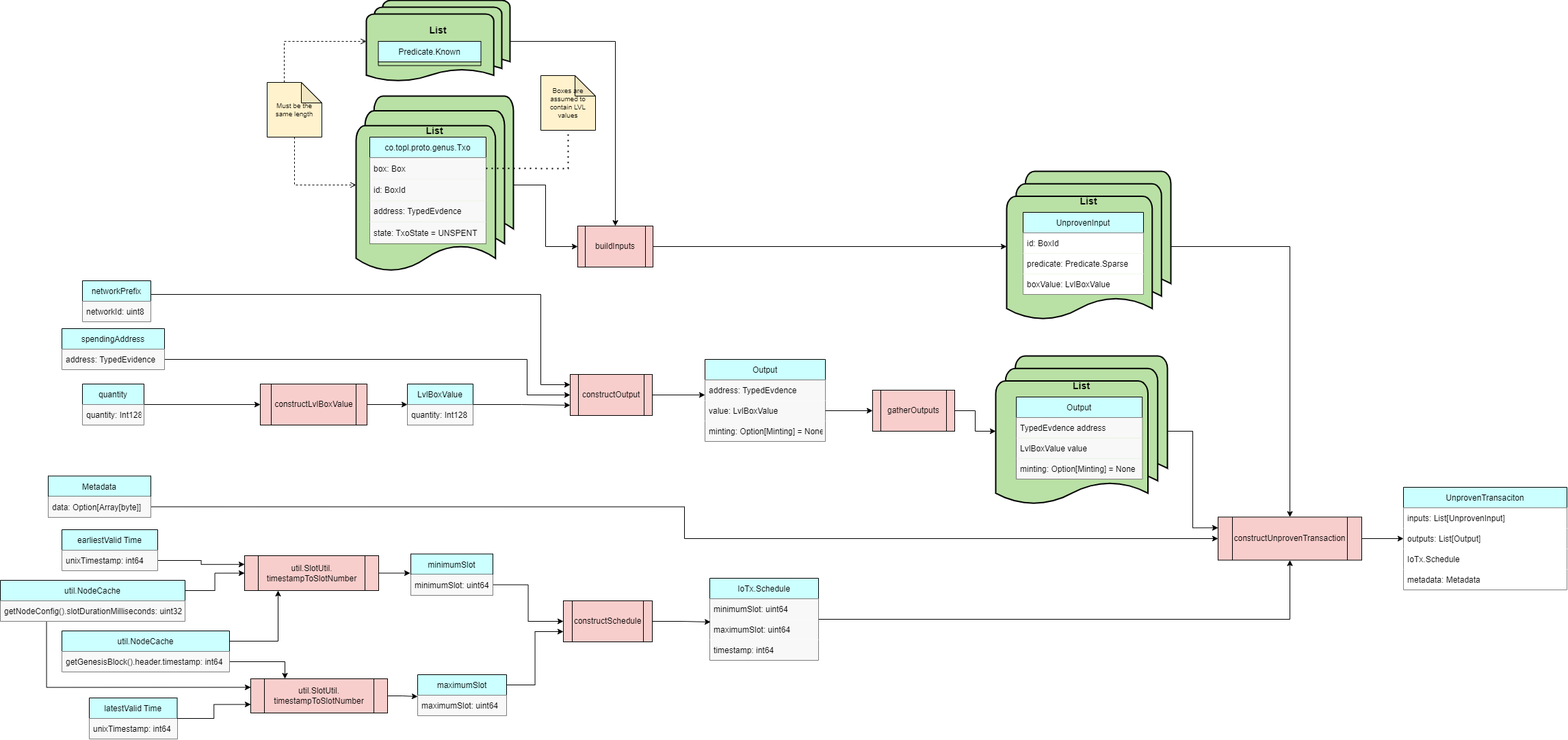
Above: docs/Modules/NativeTransactor/transaction_builder.drawio.png in Topl/BramblSc-docs (draw.io), before the change. Source tidied: cells renumbered, new cells last; positions are measured from the earlier drawing's top-left corner, leaving out a move shared by most shapes.
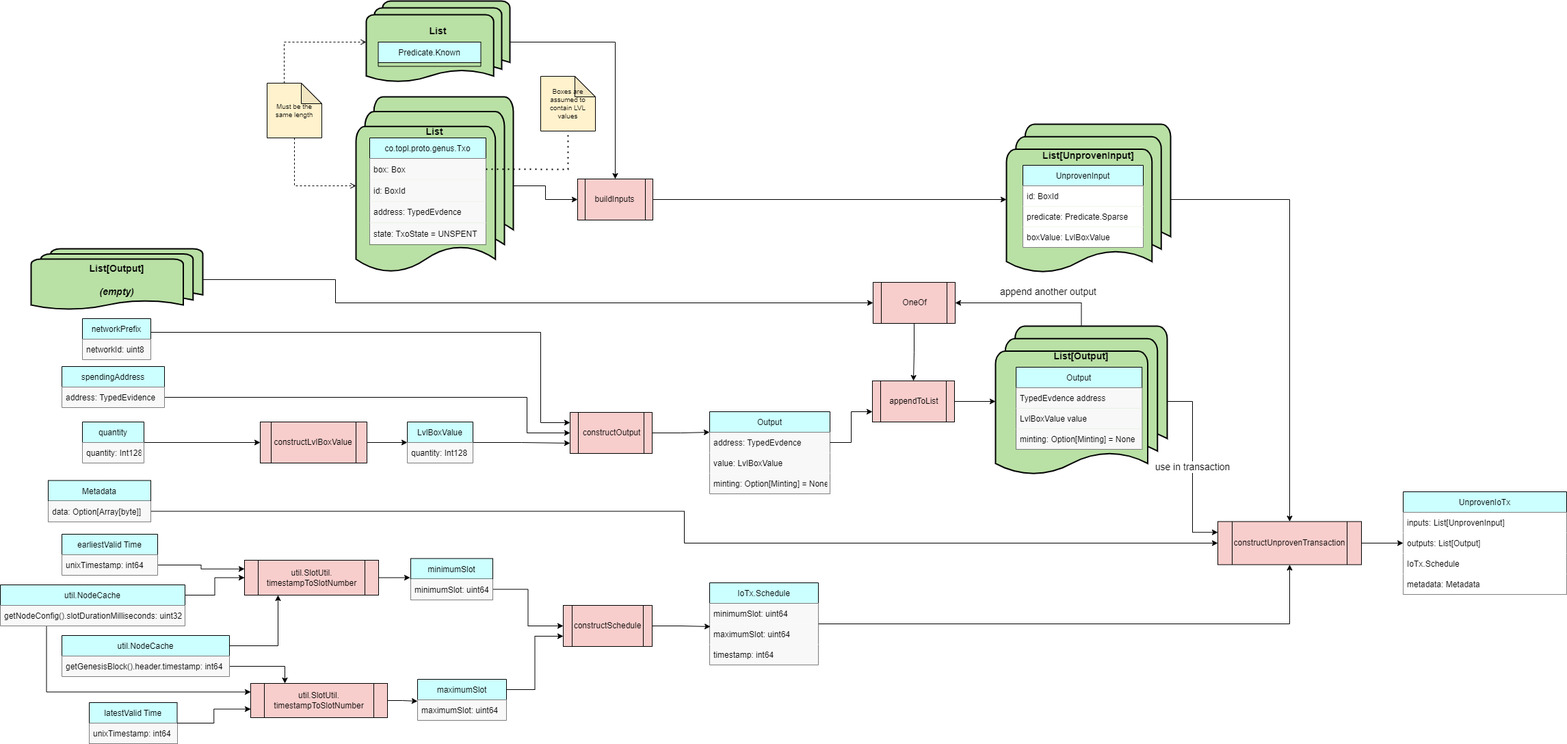
Above is the later version.

Commit message:
accumulate outputs

Diff of the diagram source:
```diff
@@ -47,7 +47,7 @@
       <mxGeometry y="30" width="130" height="30" as="geometry" />
     </mxCell>
     <mxCell id="16" style="group;" parent="1" vertex="1">
-      <mxGeometry x="520" y="170" width="230" height="230" as="geometry" />
+      <mxGeometry x="520" y="165" width="230" height="230" as="geometry" />
     </mxCell>
     <mxCell id="17" value="&lt;font style=&quot;&quot;&gt;&lt;font style=&quot;font-size: 10px;&quot;&gt;&amp;nbsp;&lt;/font&gt;&lt;font style=&quot;font-size: 18px;&quot;&gt;&amp;nbsp;&lt;br&gt;&lt;/font&gt;&lt;br&gt;&lt;/font&gt;&lt;font style=&quot;font-size: 14px;&quot;&gt;&lt;b&gt;List&lt;/b&gt;&lt;/font&gt;" style="strokeWidth=2;html=1;shape=mxgraph.flowchart.multi-document;whiteSpace=wrap;fillColor=#B9E0A5;verticalAlign=top;" parent="16" vertex="1">
       <mxGeometry y="-30" width="230" height="260" as="geometry" />
@@ -68,9 +68,9 @@
       <mxGeometry y="124.1" width="170" height="31.4" as="geometry" />
     </mxCell>
     <mxCell id="23" style="group;" parent="1" vertex="1">
-      <mxGeometry x="1460" y="520" width="251" height="220" as="geometry" />
+      <mxGeometry x="1460" y="470" width="251" height="220" as="geometry" />
     </mxCell>
-    <mxCell id="24" value="&lt;font style=&quot;&quot;&gt;&lt;font style=&quot;font-size: 10px;&quot;&gt;&lt;br&gt;&lt;/font&gt;&lt;br&gt;&lt;/font&gt;&lt;font style=&quot;font-size: 14px;&quot;&gt;&lt;b&gt;List&lt;/b&gt;&lt;/font&gt;" style="strokeWidth=2;html=1;shape=mxgraph.flowchart.multi-document;whiteSpace=wrap;fillColor=#B9E0A5;verticalAlign=top;" parent="23" vertex="1">
+    <mxCell id="24" value="&lt;font style=&quot;&quot;&gt;&lt;font style=&quot;font-size: 10px;&quot;&gt;&lt;br&gt;&lt;/font&gt;&lt;br&gt;&lt;/font&gt;&lt;font style=&quot;font-size: 14px;&quot;&gt;&lt;b&gt;List[Output]&lt;/b&gt;&lt;/font&gt;" style="strokeWidth=2;html=1;shape=mxgraph.flowchart.multi-document;whiteSpace=wrap;fillColor=#B9E0A5;verticalAlign=top;" parent="23" vertex="1">
       <mxGeometry x="-5" width="251" height="220" as="geometry" />
     </mxCell>
     <mxCell id="25" value="Output" style="swimlane;fontStyle=0;horizontal=1;startSize=30;fillColor=#CCFFFF;" parent="23" vertex="1">
@@ -85,14 +85,14 @@
     <mxCell id="28" value="minting: Option[Minting] = None" style="text;strokeColor=none;fillColor=#F8F8F8;align=left;verticalAlign=middle;spacingLeft=4;spacingRight=4;overflow=hidden;" parent="25" vertex="1">
       <mxGeometry y="90" width="184.1" height="30" as="geometry" />
     </mxCell>
-    <mxCell id="29" style="edgeStyle=orthogonalEdgeStyle;rounded=0;jettySize=auto;html=1;entryX=0;entryY=0.25;entryDx=0;entryDy=0;fontSize=10;" parent="1" edge="1" source="24" target="3">
+    <mxCell id="29" value="use in transaction" style="edgeStyle=orthogonalEdgeStyle;rounded=0;jettySize=auto;html=1;entryX=0;entryY=0.25;entryDx=0;entryDy=0;fontSize=14;" parent="1" edge="1" source="24" target="3">
       <mxGeometry relative="1" as="geometry" />
     </mxCell>
     <mxCell id="30" style="edgeStyle=orthogonalEdgeStyle;rounded=0;jettySize=auto;html=1;entryX=0;entryY=0.5;entryDx=0;entryDy=0;fontSize=10;" parent="1" edge="1" source="31" target="34">
       <mxGeometry relative="1" as="geometry" />
     </mxCell>
     <mxCell id="31" value="quantity" style="swimlane;fontStyle=0;horizontal=1;startSize=30;fillColor=#CCFFFF;" parent="1" vertex="1">
-      <mxGeometry x="120" y="561" width="90" height="60" as="geometry" />
+      <mxGeometry x="120" y="610" width="90" height="60" as="geometry" />
     </mxCell>
     <mxCell id="32" value="quantity: Int128" style="text;strokeColor=none;fillColor=#F8F8F8;align=left;verticalAlign=middle;spacingLeft=4;spacingRight=4;overflow=hidden;" parent="31" vertex="1">
       <mxGeometry y="30" width="90" height="30" as="geometry" />
@@ -101,33 +101,33 @@
       <mxGeometry relative="1" as="geometry" />
     </mxCell>
     <mxCell id="34" value="constructLvlBoxValue" style="shape=process;whiteSpace=wrap;html=1;backgroundOutline=1;fillColor=#F8CECC;" parent="1" vertex="1">
-      <mxGeometry x="380" y="561" width="156" height="60" as="geometry" />
+      <mxGeometry x="380" y="610" width="156" height="60" as="geometry" />
     </mxCell>
     <mxCell id="35" style="edgeStyle=orthogonalEdgeStyle;rounded=0;jettySize=auto;html=1;fontSize=10;entryX=0;entryY=0.75;entryDx=0;entryDy=0;" parent="1" edge="1" source="36" target="39">
       <mxGeometry relative="1" as="geometry" />
     </mxCell>
     <mxCell id="36" value="LvlBoxValue" style="swimlane;fontStyle=0;horizontal=1;startSize=30;fillColor=#CCFFFF;" parent="1" vertex="1">
-      <mxGeometry x="595" y="561" width="96" height="60" as="geometry" />
+      <mxGeometry x="595" y="610" width="96" height="60" as="geometry" />
     </mxCell>
     <mxCell id="37" value="quantity: Int128" style="text;strokeColor=none;fillColor=#F8F8F8;align=left;verticalAlign=middle;spacingLeft=4;spacingRight=4;overflow=hidden;" parent="36" vertex="1">
       <mxGeometry y="30" width="96" height="30" as="geometry" />
     </mxCell>
-    <mxCell id="38" style="edgeStyle=orthogonalEdgeStyle;rounded=0;jettySize=auto;html=1;entryX=0;entryY=0.733;entryDx=0;entryDy=0;entryPerimeter=0;fontSize=10;exitX=1;exitY=0.5;exitDx=0;exitDy=0;" parent="1" edge="1" source="39" target="47">
+    <mxCell id="38" style="edgeStyle=orthogonalEdgeStyle;rounded=0;jettySize=auto;html=1;entryX=0;entryY=0.25;entryDx=0;entryDy=0;fontSize=10;exitX=1;exitY=0.5;exitDx=0;exitDy=0;" parent="1" edge="1" source="39" target="46">
       <mxGeometry relative="1" as="geometry" />
     </mxCell>
     <mxCell id="39" value="constructOutput" style="shape=process;whiteSpace=wrap;html=1;backgroundOutline=1;fillColor=#F8CECC;" parent="1" vertex="1">
-      <mxGeometry x="833" y="547" width="120" height="60" as="geometry" />
+      <mxGeometry x="833" y="596" width="120" height="60" as="geometry" />
     </mxCell>
     <mxCell id="40" style="edgeStyle=orthogonalEdgeStyle;rounded=0;jettySize=auto;html=1;entryX=0;entryY=0.5;entryDx=0;entryDy=0;fontSize=10;exitX=1;exitY=0.5;exitDx=0;exitDy=0;" parent="1" edge="1" source="42" target="39">
       <mxGeometry relative="1" as="geometry">
         <Array as="points">
-          <mxPoint x="770" y="525" />
-          <mxPoint x="770" y="577" />
+          <mxPoint x="770" y="574" />
+          <mxPoint x="770" y="626" />
         </Array>
       </mxGeometry>
     </mxCell>
     <mxCell id="41" value="spendingAddress" style="swimlane;fontStyle=0;horizontal=1;startSize=30;fillColor=#CCFFFF;" parent="1" vertex="1">
-      <mxGeometry x="90" y="480" width="150" height="60" as="geometry" />
+      <mxGeometry x="90" y="529" width="150" height="60" as="geometry" />
     </mxCell>
     <mxCell id="42" value="address: TypedEvidence" style="text;strokeColor=none;fillColor=#F8F8F8;align=left;verticalAlign=middle;spacingLeft=4;spacingRight=4;overflow=hidden;points=[[0,0.5],[1,0.5]];portConstraint=eastwest;" parent="41" vertex="1">
       <mxGeometry y="30" width="150" height="30" as="geometry" />
@@ -135,19 +135,19 @@
     <mxCell id="43" style="edgeStyle=orthogonalEdgeStyle;rounded=0;jettySize=auto;html=1;entryX=0;entryY=0.25;entryDx=0;entryDy=0;fontSize=10;" parent="1" edge="1" source="44" target="39">
       <mxGeometry relative="1" as="geometry">
         <Array as="points">
-          <mxPoint x="790" y="430" />
-          <mxPoint x="790" y="562" />
+          <mxPoint x="790" y="479" />
+          <mxPoint x="790" y="611" />
         </Array>
       </mxGeometry>
     </mxCell>
     <mxCell id="44" value="networkPrefix" style="swimlane;fontStyle=0;horizontal=1;startSize=30;fillColor=#CCFFFF;" parent="1" vertex="1">
-      <mxGeometry x="120" y="410" width="100" height="60" as="geometry" />
+      <mxGeometry x="120" y="459" width="100" height="60" as="geometry" />
     </mxCell>
     <mxCell id="45" value="networkId: uint8" style="text;strokeColor=none;fillColor=#F8F8F8;align=left;verticalAlign=middle;spacingLeft=4;spacingRight=4;overflow=hidden;" parent="44" vertex="1">
       <mxGeometry y="30" width="100" height="30" as="geometry" />
     </mxCell>
     <mxCell id="46" value="Output" style="swimlane;fontStyle=0;horizontal=1;startSize=30;fillColor=#CCFFFF;" parent="1" vertex="1">
-      <mxGeometry x="1030" y="525" width="176" height="120" as="geometry" />
+      <mxGeometry x="1037" y="595" width="176" height="120" as="geometry" />
     </mxCell>
     <mxCell id="47" value="address: TypedEvdence" style="text;strokeColor=none;fillColor=#F8F8F8;align=left;verticalAlign=middle;spacingLeft=4;spacingRight=4;overflow=hidden;points=[[0,0.5],[1,0.5]];portConstraint=eastwest;" parent="46" vertex="1">
       <mxGeometry y="30" width="176" height="30" as="geometry" />
@@ -168,21 +168,21 @@
       <mxGeometry relative="1" as="geometry" />
     </mxCell>
     <mxCell id="53" value="Must be the same length" style="shape=note;whiteSpace=wrap;html=1;backgroundOutline=1;darkOpacity=0.05;fontSize=10;fillColor=#FFF2CC;" parent="1" vertex="1">
-      <mxGeometry x="390" y="120" width="80" height="80" as="geometry" />
+      <mxGeometry x="390" y="115" width="80" height="80" as="geometry" />
     </mxCell>
     <mxCell id="54" style="edgeStyle=orthogonalEdgeStyle;rounded=0;jettySize=auto;html=1;entryX=0;entryY=0.5;entryDx=0;entryDy=0;entryPerimeter=0;fontSize=10;endArrow=classic;endFill=1;" parent="1" edge="1" source="55" target="58">
       <mxGeometry relative="1" as="geometry" />
     </mxCell>
     <mxCell id="55" value="buildInputs" style="shape=process;whiteSpace=wrap;html=1;backgroundOutline=1;fillColor=#F8CECC;" parent="1" vertex="1">
-      <mxGeometry x="844" y="330" width="110" height="60" as="geometry" />
+      <mxGeometry x="844" y="255" width="110" height="60" as="geometry" />
     </mxCell>
     <mxCell id="56" style="edgeStyle=orthogonalEdgeStyle;rounded=0;jettySize=auto;html=1;entryX=0;entryY=0.5;entryDx=0;entryDy=0;fontSize=10;endArrow=classic;endFill=1;" parent="1" edge="1" source="17" target="55">
       <mxGeometry relative="1" as="geometry" />
     </mxCell>
     <mxCell id="57" style="group;" parent="1" vertex="1">
-      <mxGeometry x="1471" y="250" width="240" height="220" as="geometry" />
+      <mxGeometry x="1471" y="175" width="240" height="220" as="geometry" />
     </mxCell>
-    <mxCell id="58" value="&lt;font style=&quot;&quot;&gt;&lt;font style=&quot;font-size: 10px;&quot;&gt;&lt;br&gt;&lt;/font&gt;&lt;br&gt;&lt;/font&gt;&lt;font style=&quot;font-size: 14px;&quot;&gt;&lt;b&gt;List&lt;/b&gt;&lt;/font&gt;" style="strokeWidth=2;html=1;shape=mxgraph.flowchart.multi-document;whiteSpace=wrap;fillColor=#B9E0A5;verticalAlign=top;" parent="57" vertex="1">
+    <mxCell id="58" value="&lt;font style=&quot;&quot;&gt;&lt;font style=&quot;&quot;&gt;&lt;font style=&quot;font-size: 14px;&quot;&gt;&amp;nbsp;&lt;/font&gt;&lt;br&gt;&lt;/font&gt;&lt;br&gt;&lt;/font&gt;&lt;font style=&quot;font-size: 14px;&quot;&gt;&lt;b&gt;List[UnprovenInput]&lt;/b&gt;&lt;/font&gt;" style="strokeWidth=2;html=1;shape=mxgraph.flowchart.multi-document;whiteSpace=wrap;fillColor=#B9E0A5;verticalAlign=top;" parent="57" vertex="1">
       <mxGeometry width="240" height="220" as="geometry" />
     </mxCell>
     <mxCell id="59" value="UnprovenInput" style="swimlane;fontStyle=0;horizontal=1;startSize=30;fillColor=#CCFFFF;" parent="57" vertex="1">
@@ -209,7 +209,7 @@
     <mxCell id="66" value="data: Option[Array[byte]]" style="text;strokeColor=none;fillColor=#F8F8F8;align=left;verticalAlign=middle;spacingLeft=4;spacingRight=4;overflow=hidden;points=[[0,0.5],[1,0.5]];portConstraint=eastwest;" parent="65" vertex="1">
       <mxGeometry y="30" width="150" height="30" as="geometry" />
     </mxCell>
-    <mxCell id="67" value="UnprovenTransaciton" style="swimlane;fontStyle=0;horizontal=1;startSize=30;fillColor=#CCFFFF;" parent="1" vertex="1">
+    <mxCell id="67" value="UnprovenIoTx" style="swimlane;fontStyle=0;horizontal=1;startSize=30;fillColor=#CCFFFF;" parent="1" vertex="1">
       <mxGeometry x="2051" y="712" width="239" height="150" as="geometry" />
     </mxCell>
     <mxCell id="68" value="inputs: List[UnprovenInput]" style="text;strokeColor=none;fillColor=#FFFFFF;align=left;verticalAlign=middle;spacingLeft=4;spacingRight=4;overflow=hidden;" parent="67" vertex="1">
@@ -279,18 +279,18 @@
       <mxGeometry relative="1" as="geometry" />
     </mxCell>
     <mxCell id="90" value="&lt;font style=&quot;&quot;&gt;&lt;font style=&quot;font-size: 10px;&quot;&gt;&lt;br&gt;&lt;/font&gt;&lt;br&gt;&lt;/font&gt;&lt;font style=&quot;font-size: 14px;&quot;&gt;&lt;b&gt;List&lt;/b&gt;&lt;/font&gt;" style="strokeWidth=2;html=1;shape=mxgraph.flowchart.multi-document;whiteSpace=wrap;fillColor=#B9E0A5;verticalAlign=top;" parent="1" vertex="1">
-      <mxGeometry x="535" width="210" height="120" as="geometry" />
+      <mxGeometry x="535" y="-5" width="210" height="120" as="geometry" />
     </mxCell>
     <mxCell id="91" value="Predicate.Known" style="swimlane;fontStyle=0;horizontal=1;startSize=30;fillColor=#CCFFFF;" parent="1" vertex="1">
-      <mxGeometry x="552.5" y="60" width="150" height="35.5" as="geometry" />
+      <mxGeometry x="552.5" y="55" width="150" height="35.5" as="geometry" />
     </mxCell>
     <mxCell id="92" value="Boxes are assumed to contain LVL values" style="shape=note;whiteSpace=wrap;html=1;backgroundOutline=1;darkOpacity=0.05;fontSize=10;fillColor=#FFF2CC;" parent="1" vertex="1">
-      <mxGeometry x="790" y="110" width="80" height="80" as="geometry" />
+      <mxGeometry x="790" y="105" width="80" height="80" as="geometry" />
     </mxCell>
     <mxCell id="93" style="endArrow=none;dashed=1;html=1;dashPattern=1 3;strokeWidth=2;rounded=0;exitX=1;exitY=0.5;exitDx=0;exitDy=0;entryX=0.5;entryY=1;entryDx=0;entryDy=0;entryPerimeter=0;" parent="1" edge="1" source="19" target="92">
       <mxGeometry relative="1" as="geometry">
         <Array as="points">
-          <mxPoint x="830" y="246" />
+          <mxPoint x="830" y="241" />
         </Array>
       </mxGeometry>
     </mxCell>
@@ -300,11 +300,39 @@
     <mxCell id="95" style="edgeStyle=orthogonalEdgeStyle;rounded=0;jettySize=auto;html=1;entryX=0;entryY=0.5;entryDx=0;entryDy=0;entryPerimeter=0;fontSize=18;" parent="1" edge="1" source="96" target="24">
       <mxGeometry relative="1" as="geometry" />
     </mxCell>
-    <mxCell id="96" value="gatherOutputs" style="shape=process;whiteSpace=wrap;html=1;backgroundOutline=1;fillColor=#F8CECC;" parent="1" vertex="1">
-      <mxGeometry x="1275" y="570" width="120" height="60" as="geometry" />
+    <mxCell id="96" value="appendToList" style="shape=process;whiteSpace=wrap;html=1;backgroundOutline=1;fillColor=#F8CECC;" parent="1" vertex="1">
+      <mxGeometry x="1275" y="550" width="120" height="60" as="geometry" />
     </mxCell>
-    <mxCell id="97" style="edgeStyle=orthogonalEdgeStyle;rounded=0;jettySize=auto;html=1;entryX=0;entryY=0.5;entryDx=0;entryDy=0;fontSize=18;" parent="1" edge="1" source="48" target="96">
+    <mxCell id="97" style="edgeStyle=orthogonalEdgeStyle;rounded=0;jettySize=auto;html=1;entryX=0;entryY=0.75;entryDx=0;entryDy=0;fontSize=18;exitX=1;exitY=0.5;exitDx=0;exitDy=0;" parent="1" edge="1" source="47" target="96">
       <mxGeometry relative="1" as="geometry" />
     </mxCell>
+    <mxCell id="98" style="group;" parent="1" vertex="1">
+      <mxGeometry x="50" y="357" width="251" height="220" as="geometry" />
+    </mxCell>
+    <mxCell id="99" value="&lt;font style=&quot;&quot;&gt;&lt;br&gt;&lt;/font&gt;&lt;font style=&quot;font-size: 14px;&quot;&gt;&lt;b&gt;List[Output]&lt;br&gt;&lt;br&gt;&lt;i&gt;(empty)&lt;/i&gt;&lt;br&gt;&lt;/b&gt;&lt;/font&gt;" style="strokeWidth=2;html=1;shape=mxgraph.flowchart.multi-document;whiteSpace=wrap;fillColor=#B9E0A5;verticalAlign=top;" parent="98" vertex="1">
+      <mxGeometry x="-5" width="251" height="90" as="geometry" />
+    </mxCell>
+    <mxCell id="100" style="edgeStyle=orthogonalEdgeStyle;rounded=0;jettySize=auto;html=1;entryX=0;entryY=0.5;entryDx=0;entryDy=0;fontSize=18;" parent="1" edge="1" source="99" target="104">
+      <mxGeometry relative="1" as="geometry">
+        <Array as="points">
+          <mxPoint x="490" y="402" />
+          <mxPoint x="490" y="436" />
+        </Array>
+      </mxGeometry>
+    </mxCell>
+    <mxCell id="101" style="edgeStyle=orthogonalEdgeStyle;rounded=0;jettySize=auto;html=1;fontSize=18;exitX=0.5;exitY=0;exitDx=0;exitDy=0;exitPerimeter=0;entryX=1;entryY=0.5;entryDx=0;entryDy=0;" parent="1" edge="1" source="24" target="104">
+      <mxGeometry relative="1" as="geometry" />
+    </mxCell>
+    <mxCell id="102" value="append another output" style="edgeLabel;html=1;align=center;verticalAlign=middle;fontSize=14;" parent="101" vertex="1">
+      <mxGeometry x="-0.03" y="1" relative="1" as="geometry">
+        <mxPoint x="23" y="-18" as="offset" />
+      </mxGeometry>
+    </mxCell>
+    <mxCell id="103" style="edgeStyle=orthogonalEdgeStyle;rounded=0;jettySize=auto;html=1;entryX=0.5;entryY=0;entryDx=0;entryDy=0;fontSize=14;" parent="1" edge="1" source="104" target="96">
+      <mxGeometry relative="1" as="geometry" />
+    </mxCell>
+    <mxCell id="104" value="OneOf" style="shape=process;whiteSpace=wrap;html=1;backgroundOutline=1;fillColor=#F8CECC;" parent="1" vertex="1">
+      <mxGeometry x="1276" y="406" width="120" height="60" as="geometry" />
+    </mxCell>
   </root>
 </mxGraphModel>
```
